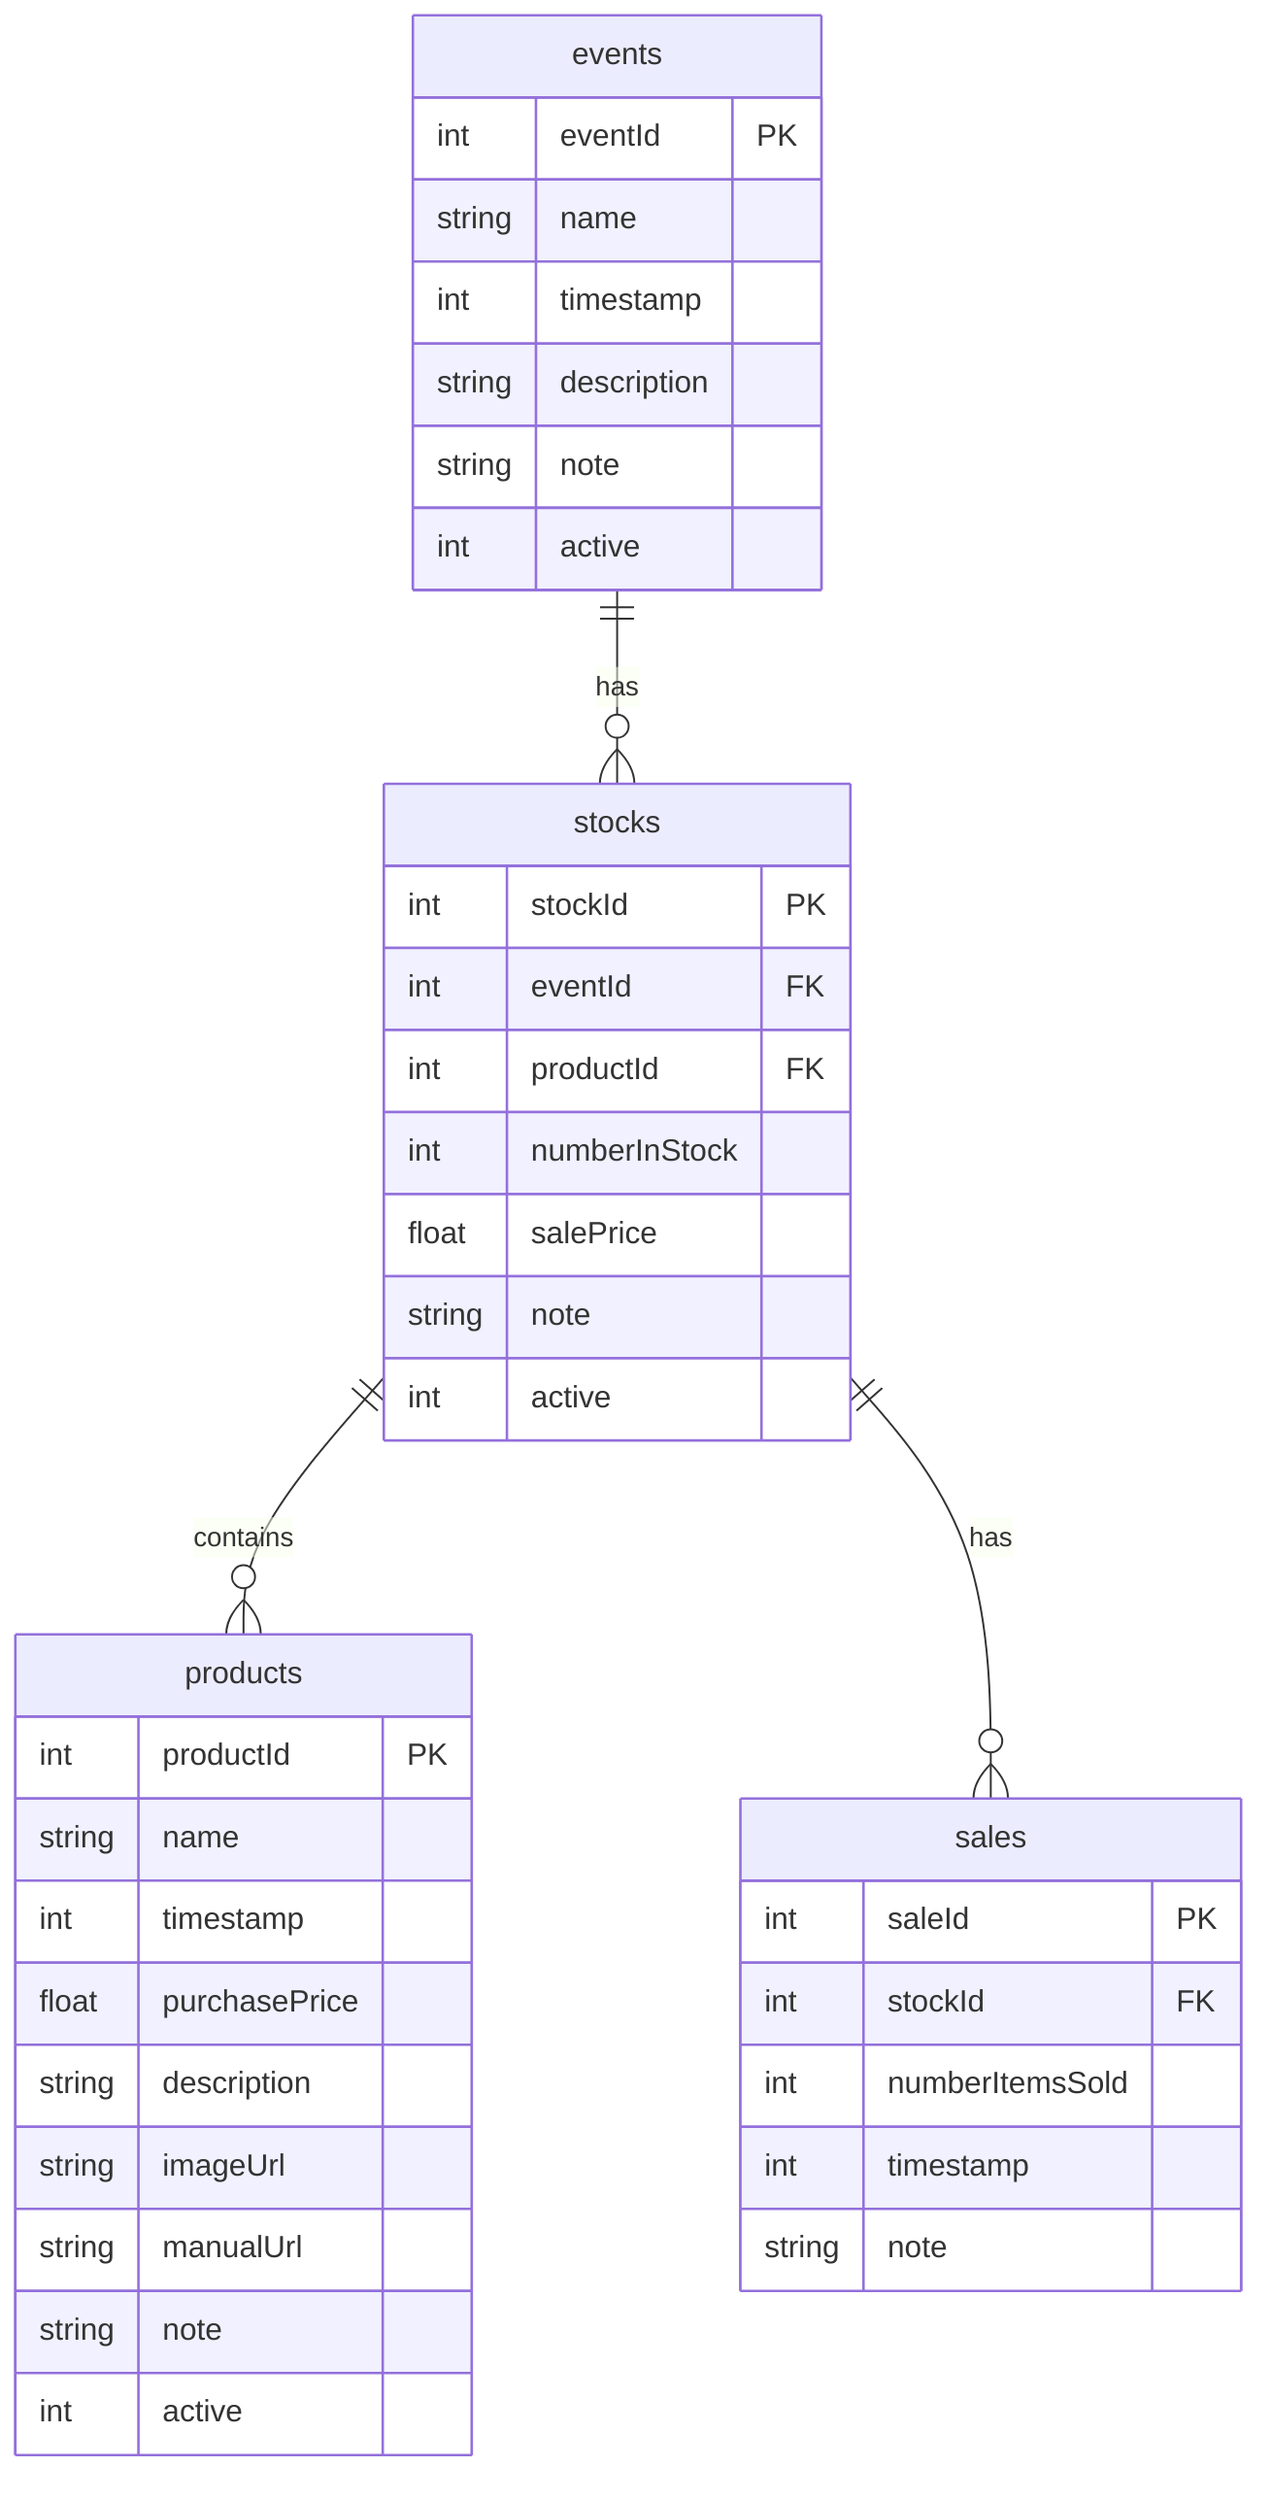
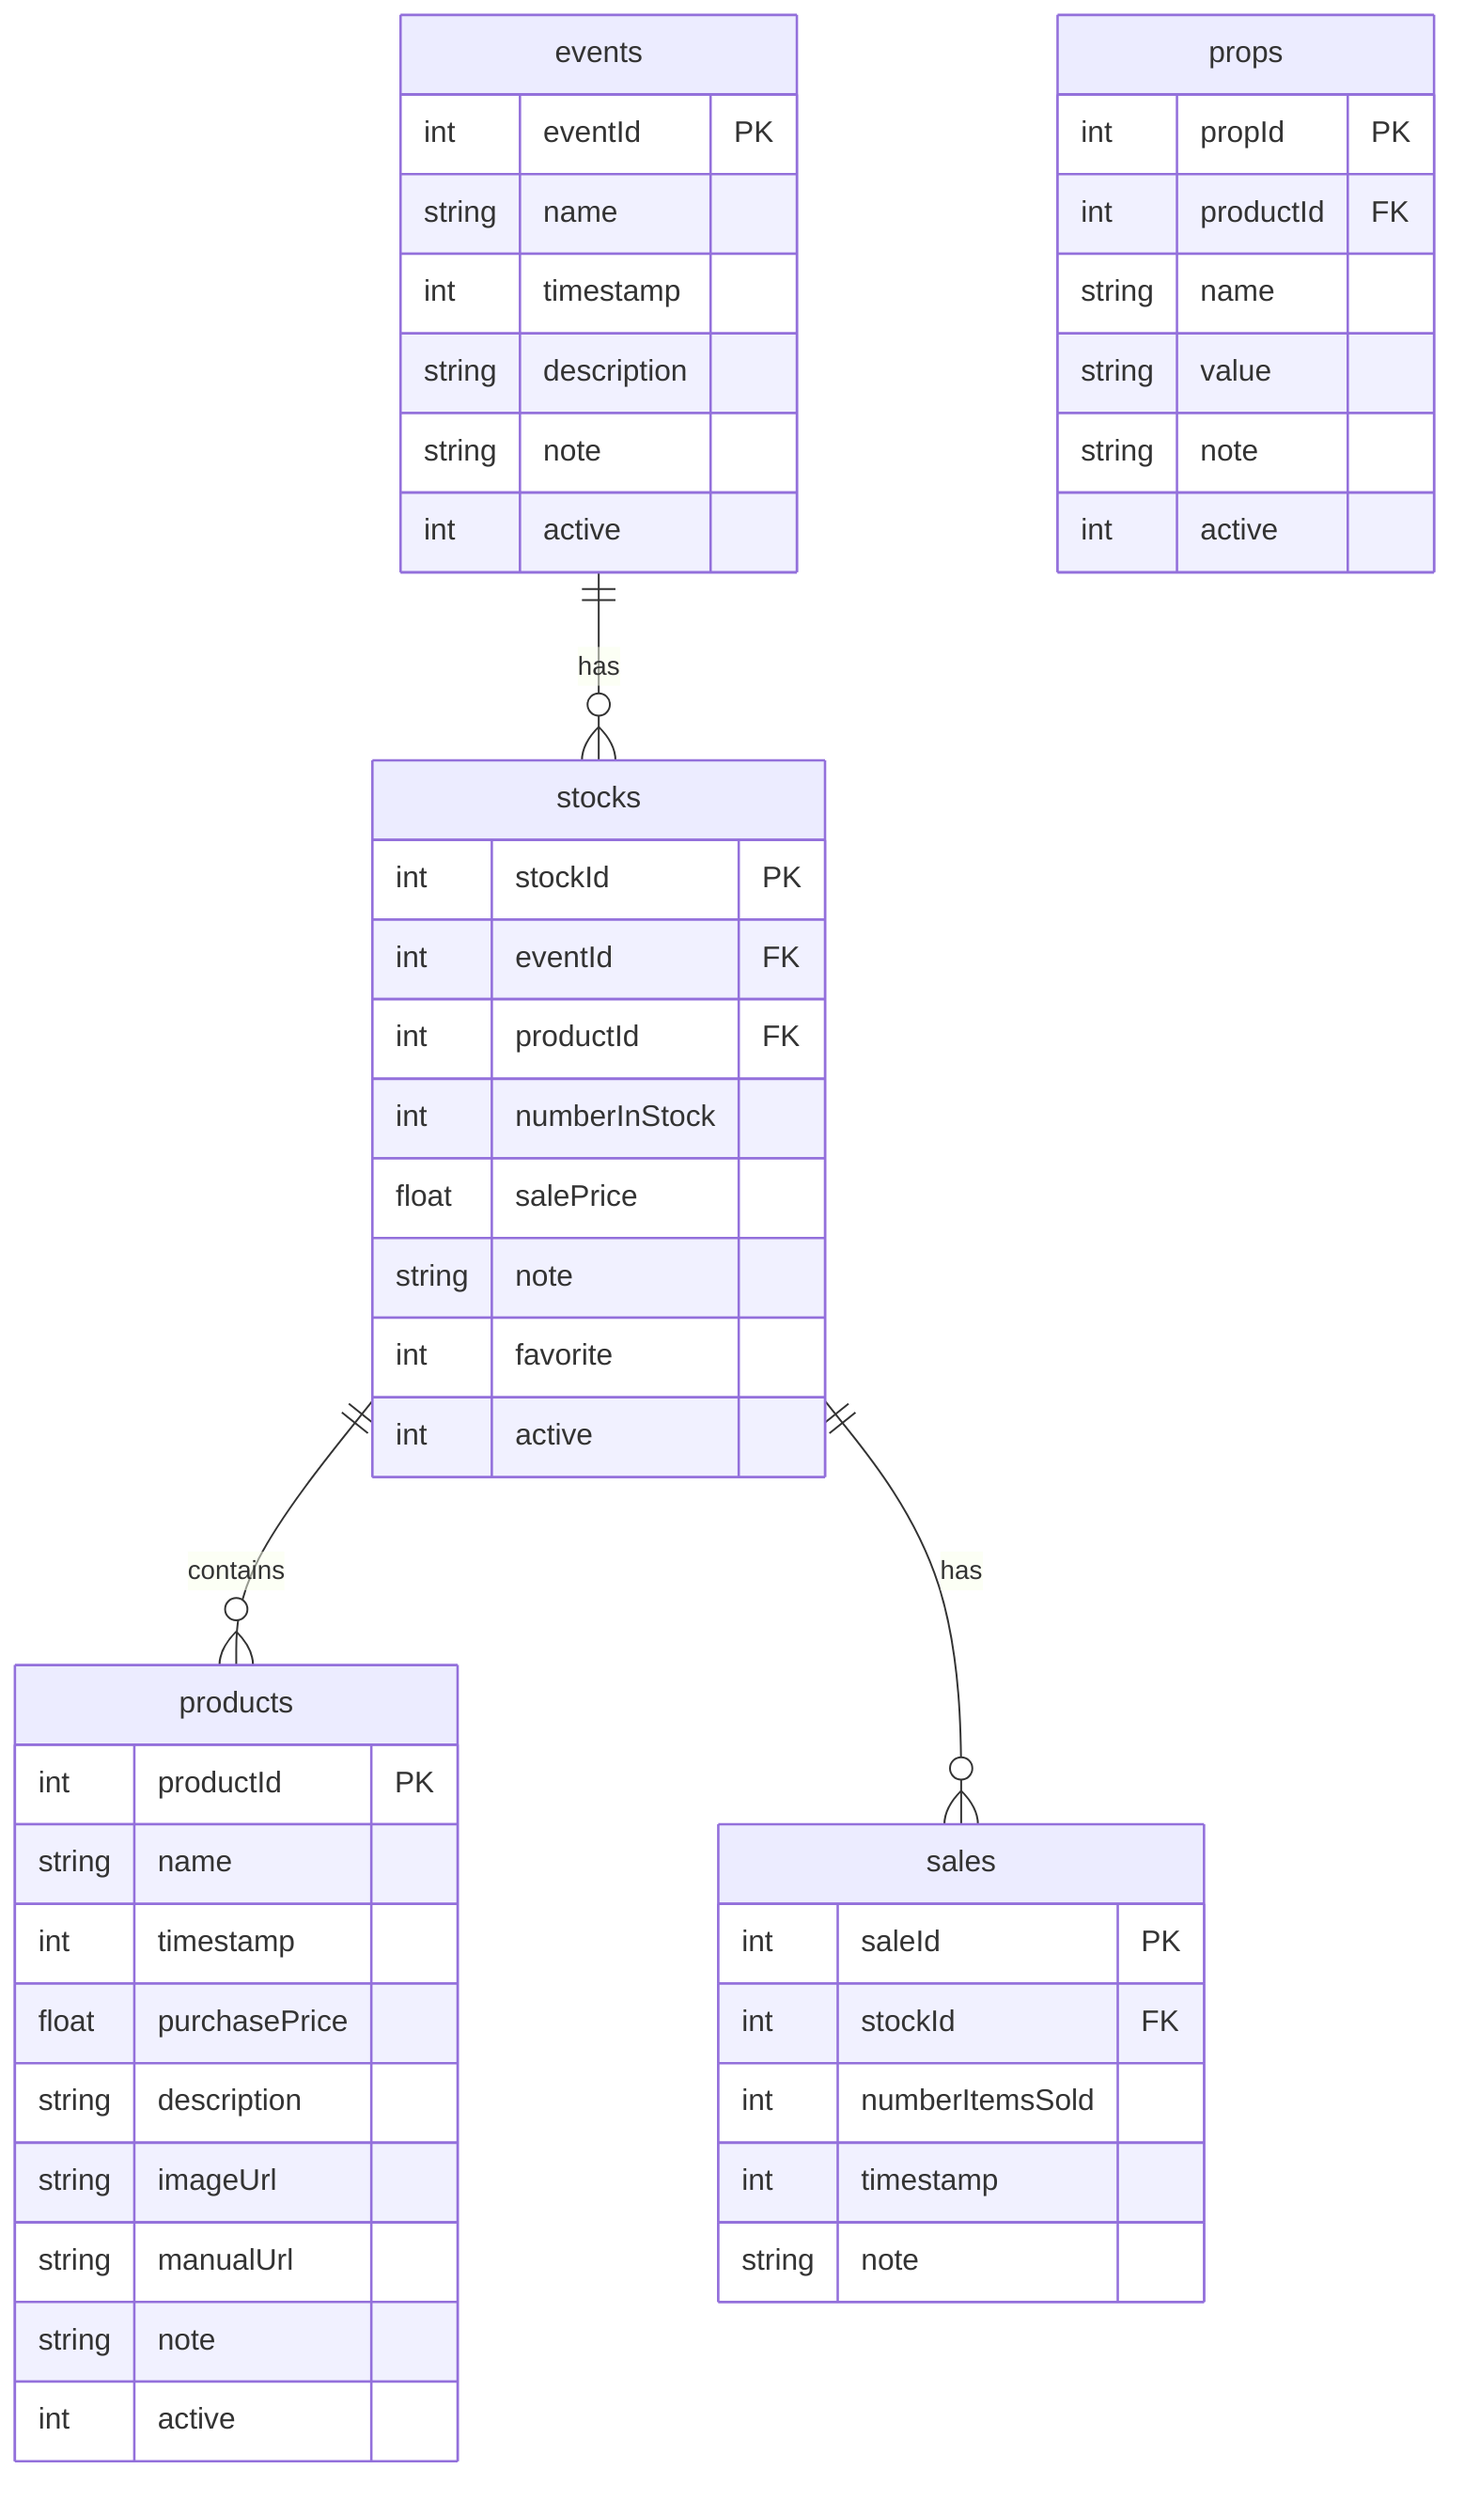
erDiagram
     stocks ||--o{ products : contains
     events ||--o{ stocks : has
     stocks ||--o{ sales : has

     events {
         int eventId PK
         string name
         int timestamp
         string description
         string note
         int active
     }

     products {
         int productId PK
         string name
         int timestamp
         float purchasePrice
         string description
         string imageUrl
         string manualUrl
         string note
         int active
     }

     stocks {
         int stockId PK
         int eventId FK
         int productId FK
         int numberInStock
         float salePrice
         string note
+          int favorite
         int active
     }

     sales {
         int saleId PK
         int stockId FK
         int numberItemsSold
         int timestamp
         string note
+      }
+ 
+      props {
+          int propId PK
+          int productId FK
+          string name
+          string value
+          string note
+          int active
     }